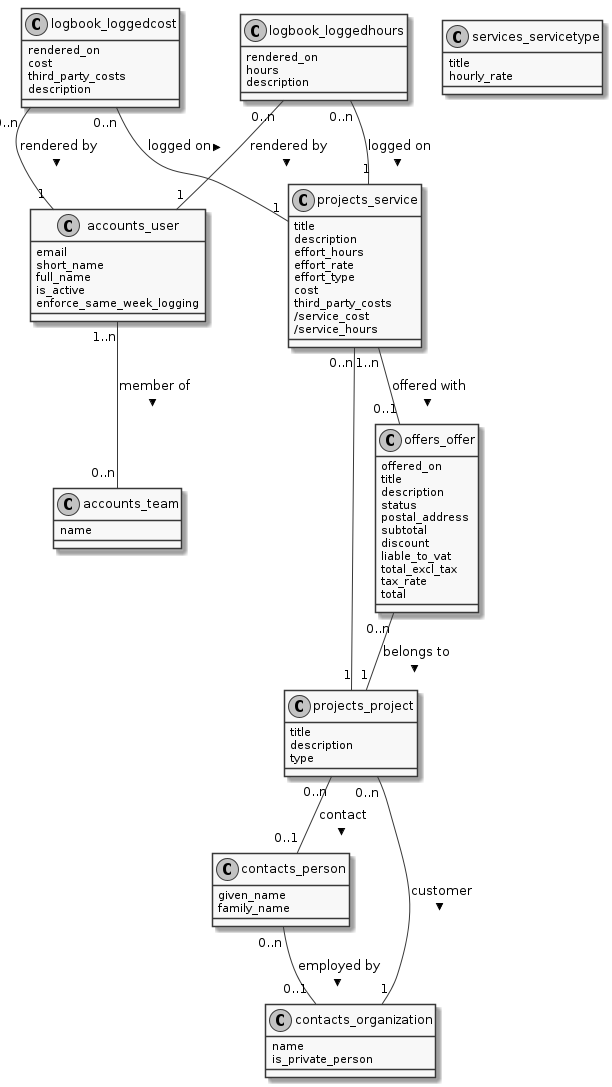
Earlier version of the PlantUML export wb-custom.uml.png (matthiask/workbench-uml).
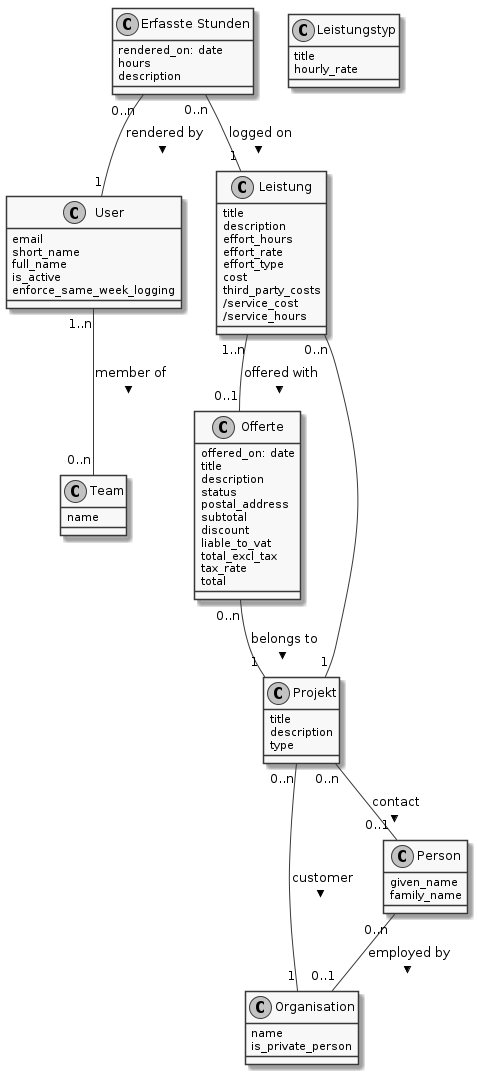
Later version of the same file.

The edit, as a diff of the source:
```diff
@@ -3,11 +3,11 @@
 skinparam monochrome true
 skinparam classStereotypeFontSize 10
 
-class "accounts_team" {
+class "Team" {
   name
 }
 
-class "accounts_user" {
+class "User" {
   email
   short_name
   full_name
@@ -15,31 +15,24 @@
   enforce_same_week_logging
 }
 
-class "contacts_organization" {
+class "Organisation" {
   name
   is_private_person
 }
 
-class "contacts_person" {
+class "Person" {
   given_name
   family_name
 }
 
-class "logbook_loggedcost" {
-  rendered_on
-  cost
-  third_party_costs
-  description
-}
-
-class "logbook_loggedhours" {
-  rendered_on
+class "Erfasste Stunden" {
+  rendered_on: date
   hours
   description
 }
 
-class "offers_offer" {
-  offered_on
+class "Offerte" {
+  offered_on: date
   title
   description
   status
@@ -52,13 +45,13 @@
   total
 }
 
-class "projects_project" {
+class "Projekt" {
   title
   description
   type
 }
 
-class "projects_service" {
+class "Leistung" {
   title
   description
   effort_hours
@@ -70,31 +63,27 @@
   /service_hours
 }
 
-class "services_servicetype" {
+class "Leistungstyp" {
   title
   hourly_rate
 }
 
- accounts_user "1..n" -- "0..n" accounts_team : member of >
+ User "1..n" -- "0..n" Team : member of >
 
- contacts_person "0..n" -- "0..1" contacts_organization : employed by >
+ Person "0..n" -- "0..1" Organisation : employed by >
 
- logbook_loggedcost "0..n" -- "1" accounts_user : rendered by >
+ "Erfasste Stunden" "0..n" -- "1" User : rendered by >
 
- logbook_loggedcost "0..n" -- "1" projects_service : logged on >
+ "Erfasste Stunden" "0..n" -- "1" Leistung : logged on >
 
- logbook_loggedhours "0..n" -- "1" accounts_user : rendered by >
+ Offerte "0..n" -- "1" Projekt : belongs to >
 
- logbook_loggedhours "0..n" -- "1" projects_service : logged on >
+ Projekt "0..n" -- "0..1" Person : contact >
 
- offers_offer "0..n" -- "1" projects_project : belongs to >
+ Projekt "0..n" -- "1" Organisation : customer >
 
- projects_project "0..n" -- "0..1" contacts_person : contact >
+ Leistung "1..n" -- "0..1" Offerte : offered with >
 
- projects_project "0..n" -- "1" contacts_organization : customer >
-
- projects_service "1..n" -- "0..1" offers_offer : offered with >
-
- projects_service "0..n" -- "1" projects_project
+ Leistung "0..n" -- "1" Projekt
 
 @enduml
```
